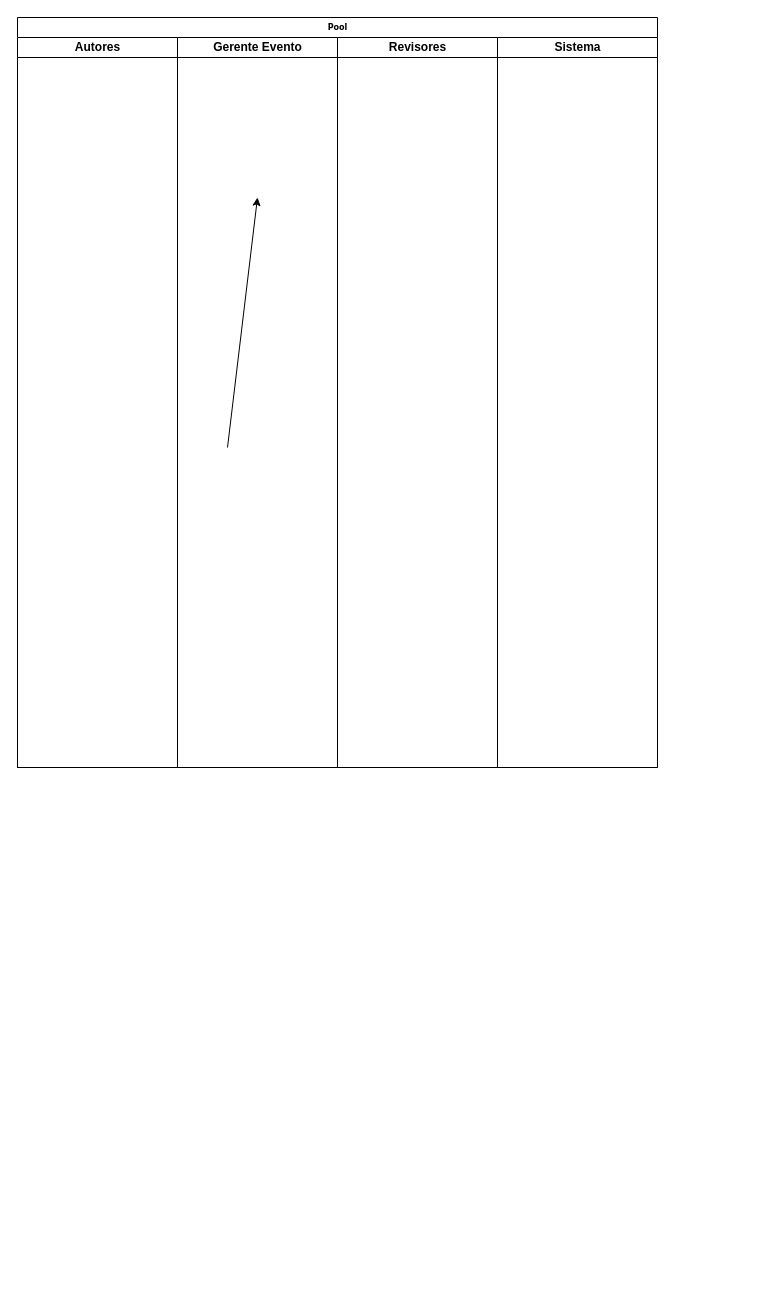
Earlier version of the draw.io diagram Diagrama sem nome.drawio (Cadu-Dias/DrawIo). Source tidied: cells renumbered, new cells numbered last; positions are measured from the earlier drawing's top-left corner, leaving out a move shared by most shapes. Both pictures are drawn from the tidied source at 100%, with x=0, y=0 at pixel (17, 17).
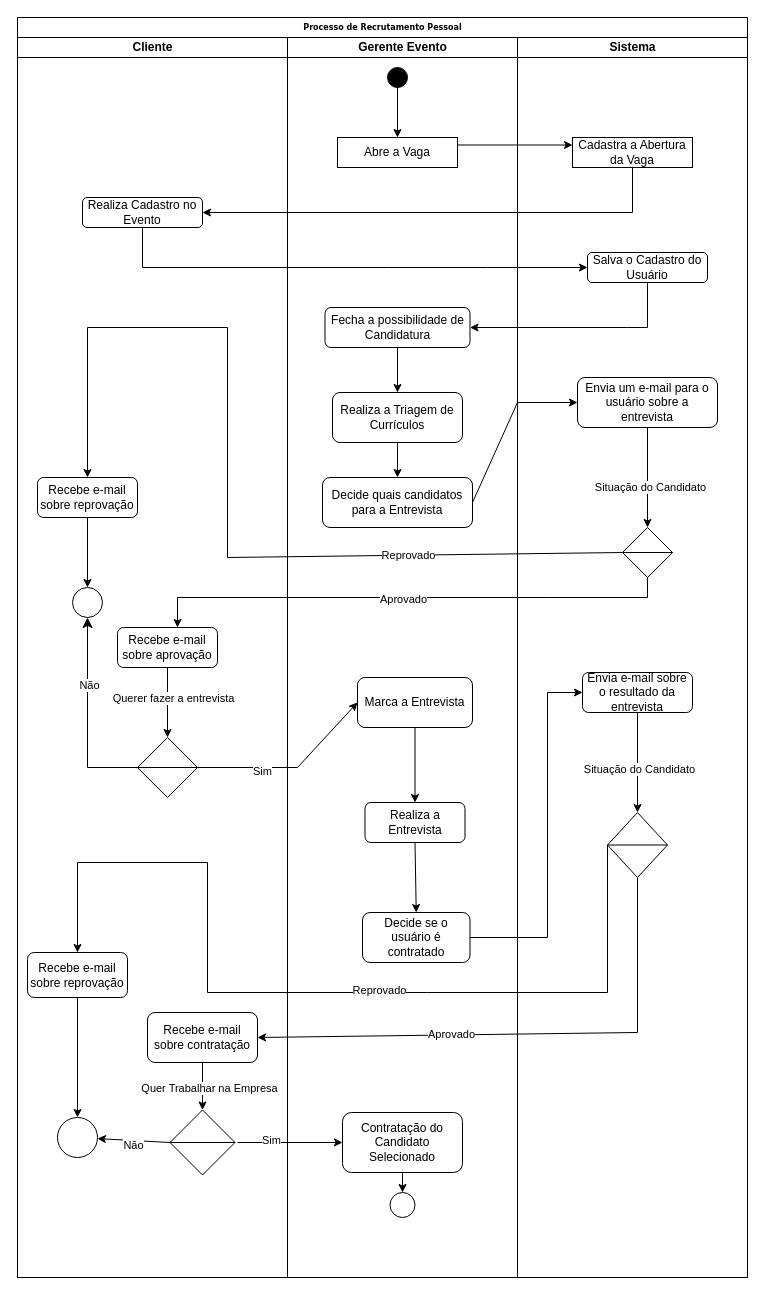
The same diagram, later.

Change to the diagram source:
```diff
@@
-    <mxCell id="2" value="Pool" style="swimlane;html=1;startSize=20;rounded=0;shadow=0;labelBackgroundColor=none;strokeWidth=1;fontFamily=Verdana;fontSize=8;align=center;" parent="1" vertex="1">
-      <mxGeometry width="640" height="750" as="geometry" />
+    <mxCell id="2" value="Processo de Recrutamento Pessoal" style="swimlane;html=1;startSize=20;rounded=0;shadow=0;labelBackgroundColor=none;strokeWidth=1;fontFamily=Verdana;fontSize=8;align=center;" parent="1" vertex="1">
+      <mxGeometry width="730" height="1260" as="geometry" />
     </mxCell>
-    <mxCell id="3" value="Autores" style="swimlane;html=1;startSize=20;" parent="2" vertex="1">
-      <mxGeometry y="20" width="160" height="730" as="geometry" />
+    <mxCell id="3" value="Cliente" style="swimlane;html=1;startSize=20;" parent="2" vertex="1">
+      <mxGeometry y="20" width="270" height="1240" as="geometry" />
     </mxCell>
+    <mxCell id="8" value="Realiza Cadastro no Evento" style="rounded=1;whiteSpace=wrap;html=1;" parent="3" vertex="1">
+      <mxGeometry x="65" y="160" width="120" height="30" as="geometry" />
+    </mxCell>
+    <mxCell id="9" value="Recebe e-mail sobre reprovação" style="rounded=1;whiteSpace=wrap;html=1;" parent="3" vertex="1">
+      <mxGeometry x="20" y="440" width="100" height="40" as="geometry" />
+    </mxCell>
+    <mxCell id="10" style="ellipse;whiteSpace=wrap;html=1;" parent="3" vertex="1">
+      <mxGeometry x="55" y="550" width="30" height="30" as="geometry" />
+    </mxCell>
+    <mxCell id="11" style="endArrow=classic;html=1;rounded=0;exitX=0.5;exitY=1;exitDx=0;exitDy=0;" parent="3" edge="1" source="9" target="10">
+      <mxGeometry relative="1" as="geometry" />
+    </mxCell>
+    <mxCell id="12" value="Recebe e-mail sobre aprovação" style="rounded=1;whiteSpace=wrap;html=1;" parent="3" vertex="1">
+      <mxGeometry x="100" y="590" width="100" height="40" as="geometry" />
+    </mxCell>
+    <mxCell id="13" value="Recebe e-mail sobre reprovação" style="rounded=1;whiteSpace=wrap;html=1;" parent="3" vertex="1">
+      <mxGeometry x="10" y="915" width="100" height="45" as="geometry" />
+    </mxCell>
+    <mxCell id="14" style="edgeStyle=orthogonalEdgeStyle;rounded=0;jettySize=auto;html=1;" parent="3" edge="1" source="16" target="24">
+      <mxGeometry relative="1" as="geometry" />
+    </mxCell>
+    <mxCell id="15" value="&lt;div&gt;Quer Trabalhar na Empresa&lt;/div&gt;" style="edgeLabel;html=1;align=center;verticalAlign=middle;" parent="14" vertex="1">
+      <mxGeometry x="0.05" y="6" relative="1" as="geometry" />
+    </mxCell>
+    <mxCell id="16" value="Recebe e-mail sobre contratação" style="rounded=1;whiteSpace=wrap;html=1;" parent="3" vertex="1">
+      <mxGeometry x="130" y="975" width="110" height="50" as="geometry" />
+    </mxCell>
+    <mxCell id="17" style="ellipse;whiteSpace=wrap;html=1;" parent="3" vertex="1">
+      <mxGeometry x="40" y="1080" width="40" height="40" as="geometry" />
+    </mxCell>
+    <mxCell id="18" style="endArrow=classic;html=1;rounded=0;exitX=0.5;exitY=1;exitDx=0;exitDy=0;" parent="3" edge="1" source="13" target="17">
+      <mxGeometry relative="1" as="geometry" />
+    </mxCell>
+    <mxCell id="19" style="shape=sortShape;perimeter=rhombusPerimeter;whiteSpace=wrap;html=1;" parent="3" vertex="1">
+      <mxGeometry x="120" y="700" width="60" height="60" as="geometry" />
+    </mxCell>
+    <mxCell id="20" style="edgeStyle=elbowEdgeStyle;elbow=vertical;endArrow=classic;html=1;curved=0;rounded=0;endSize=8;startSize=8;exitX=0;exitY=0.5;exitDx=0;exitDy=0;entryX=0.5;entryY=1;entryDx=0;entryDy=0;" parent="3" edge="1" source="19" target="10">
+      <mxGeometry relative="1" as="geometry">
+        <Array as="points">
+          <mxPoint x="100" y="730" />
+        </Array>
+      </mxGeometry>
+    </mxCell>
+    <mxCell id="21" value="Não" style="edgeLabel;html=1;align=center;verticalAlign=middle;" parent="20" vertex="1">
+      <mxGeometry x="0.33" y="-1" relative="1" as="geometry" />
+    </mxCell>
+    <mxCell id="22" style="endArrow=classic;html=1;rounded=0;exitX=0.5;exitY=1;exitDx=0;exitDy=0;entryX=0.5;entryY=0;entryDx=0;entryDy=0;" parent="3" edge="1" source="12" target="19">
+      <mxGeometry relative="1" as="geometry" />
+    </mxCell>
+    <mxCell id="23" value="&lt;div&gt;Querer fazer a entrevista&lt;/div&gt;" style="edgeLabel;html=1;align=center;verticalAlign=middle;" parent="22" vertex="1">
+      <mxGeometry x="-0.14" y="5" relative="1" as="geometry" />
+    </mxCell>
+    <mxCell id="24" style="shape=sortShape;perimeter=rhombusPerimeter;whiteSpace=wrap;html=1;" parent="3" vertex="1">
+      <mxGeometry x="152.5" y="1072.5" width="65" height="65" as="geometry" />
+    </mxCell>
+    <mxCell id="25" style="endArrow=classic;html=1;rounded=0;exitX=0;exitY=0.5;exitDx=0;exitDy=0;" parent="3" edge="1" source="24" target="17">
+      <mxGeometry relative="1" as="geometry" />
+    </mxCell>
+    <mxCell id="26" value="&lt;div&gt;Não&lt;/div&gt;" style="edgeLabel;html=1;align=center;verticalAlign=middle;" parent="25" vertex="1">
+      <mxGeometry x="0.02" y="4" relative="1" as="geometry" />
+    </mxCell>
     <mxCell id="4" value="Gerente Evento" style="swimlane;html=1;startSize=20;" parent="2" vertex="1">
-      <mxGeometry x="160" y="20" width="160" height="730" as="geometry" />
+      <mxGeometry x="270" y="20" width="230" height="1240" as="geometry" />
     </mxCell>
+    <mxCell id="27" value="Abre a Vaga" style="rounded=0;whiteSpace=wrap;html=1;" parent="4" vertex="1">
+      <mxGeometry x="50" y="100" width="120" height="30" as="geometry" />
+    </mxCell>
+    <mxCell id="28" style="ellipse;whiteSpace=wrap;html=1;fillColor=#000000;" parent="4" vertex="1">
+      <mxGeometry x="100" y="30" width="20" height="20" as="geometry" />
+    </mxCell>
-    <mxCell id="5" style="endArrow=classic;html=1;rounded=0;" parent="4" edge="1">
-      <mxGeometry relative="1" as="geometry">
-        <mxPoint x="50" y="410" as="sourcePoint" />
-        <mxPoint x="80" y="160" as="targetPoint" />
-      </mxGeometry>
+    <mxCell id="5" style="endArrow=classic;html=1;rounded=0;entryX=0.5;entryY=0;entryDx=0;entryDy=0;" parent="4" edge="1" source="28" target="27">
+      <mxGeometry relative="1" as="geometry" />
     </mxCell>
-    <mxCell id="6" value="Revisores" style="swimlane;html=1;startSize=20;" parent="2" vertex="1">
-      <mxGeometry x="320" y="20" width="160" height="730" as="geometry" />
-    </mxCell>
+    <mxCell id="29" value="Fecha a possibilidade de Candidatura" style="rounded=1;whiteSpace=wrap;html=1;" parent="4" vertex="1">
+      <mxGeometry x="37.5" y="270" width="145" height="40" as="geometry" />
+    </mxCell>
+    <mxCell id="30" value="Realiza a Triagem de Currículos" style="rounded=1;whiteSpace=wrap;html=1;" parent="4" vertex="1">
+      <mxGeometry x="45" y="355" width="130" height="50" as="geometry" />
+    </mxCell>
+    <mxCell id="31" style="endArrow=classic;html=1;rounded=0;" parent="4" edge="1" source="29" target="30">
+      <mxGeometry relative="1" as="geometry" />
+    </mxCell>
+    <mxCell id="32" value="Decide quais candidatos para a Entrevista" style="rounded=1;whiteSpace=wrap;html=1;" parent="4" vertex="1">
+      <mxGeometry x="35" y="440" width="150" height="50" as="geometry" />
+    </mxCell>
+    <mxCell id="33" style="endArrow=classic;html=1;rounded=0;exitX=0.5;exitY=1;exitDx=0;exitDy=0;" parent="4" edge="1" source="30" target="32">
+      <mxGeometry relative="1" as="geometry" />
+    </mxCell>
+    <mxCell id="34" value="Marca a Entrevista" style="rounded=1;whiteSpace=wrap;html=1;" parent="4" vertex="1">
+      <mxGeometry x="70" y="640" width="115" height="50" as="geometry" />
+    </mxCell>
+    <mxCell id="35" value="Decide se o usuário é contratado" style="rounded=1;whiteSpace=wrap;html=1;" parent="4" vertex="1">
+      <mxGeometry x="75" y="875" width="107.5" height="50" as="geometry" />
+    </mxCell>
+    <mxCell id="36" value="Realiza a Entrevista" style="rounded=1;whiteSpace=wrap;html=1;" parent="4" vertex="1">
+      <mxGeometry x="77.5" y="765" width="100" height="40" as="geometry" />
+    </mxCell>
+    <mxCell id="37" style="endArrow=classic;html=1;rounded=0;exitX=0.5;exitY=1;exitDx=0;exitDy=0;" parent="4" edge="1" source="48">
+      <mxGeometry relative="1" as="geometry">
+        <mxPoint x="-110" y="590" as="targetPoint" />
+        <Array as="points">
+          <mxPoint x="360" y="560" />
+          <mxPoint x="260" y="560" />
+          <mxPoint x="130" y="560" />
+          <mxPoint x="-110" y="560" />
+        </Array>
+      </mxGeometry>
+    </mxCell>
+    <mxCell id="38" value="Aprovado" style="edgeLabel;html=1;align=center;verticalAlign=middle;" parent="37" vertex="1">
+      <mxGeometry x="0.02" y="1" relative="1" as="geometry" />
+    </mxCell>
+    <mxCell id="39" style="endArrow=classic;html=1;rounded=0;exitX=0.5;exitY=1;exitDx=0;exitDy=0;entryX=0.5;entryY=0;entryDx=0;entryDy=0;" parent="4" edge="1" source="36" target="35">
+      <mxGeometry relative="1" as="geometry" />
+    </mxCell>
+    <mxCell id="40" style="endArrow=classic;html=1;rounded=0;exitX=0.5;exitY=1;exitDx=0;exitDy=0;" parent="4" edge="1" source="34" target="36">
+      <mxGeometry relative="1" as="geometry" />
+    </mxCell>
+    <mxCell id="41" value="Contratação do Candidato Selecionado" style="rounded=1;whiteSpace=wrap;html=1;" parent="4" vertex="1">
+      <mxGeometry x="55" y="1075" width="120" height="60" as="geometry" />
+    </mxCell>
+    <mxCell id="42" style="ellipse;whiteSpace=wrap;html=1;" parent="4" vertex="1">
+      <mxGeometry x="102.5" y="1155" width="25" height="25" as="geometry" />
+    </mxCell>
+    <mxCell id="43" style="endArrow=classic;html=1;rounded=0;exitX=0.5;exitY=1;exitDx=0;exitDy=0;entryX=0.5;entryY=0;entryDx=0;entryDy=0;" parent="4" edge="1" source="41" target="42">
+      <mxGeometry relative="1" as="geometry" />
+    </mxCell>
     <mxCell id="7" value="Sistema" style="swimlane;html=1;startSize=20;" parent="2" vertex="1">
-      <mxGeometry x="480" y="20" width="160" height="730" as="geometry" />
+      <mxGeometry x="500" y="20" width="230" height="1240" as="geometry" />
     </mxCell>
+    <mxCell id="44" value="Cadastra a Abertura da Vaga" style="rounded=0;whiteSpace=wrap;html=1;" parent="7" vertex="1">
+      <mxGeometry x="55" y="100" width="120" height="30" as="geometry" />
+    </mxCell>
+    <mxCell id="45" value="Salva o Cadastro do Usuário" style="rounded=1;whiteSpace=wrap;html=1;" parent="7" vertex="1">
+      <mxGeometry x="70" y="215" width="120" height="30" as="geometry" />
+    </mxCell>
+    <mxCell id="46" value="Envia um e-mail para o usuário sobre a entrevista" style="rounded=1;whiteSpace=wrap;html=1;" parent="7" vertex="1">
+      <mxGeometry x="60" y="340" width="140" height="50" as="geometry" />
+    </mxCell>
+    <mxCell id="47" value="Envia e-mail sobre o resultado da entrevista" style="rounded=1;whiteSpace=wrap;html=1;" parent="7" vertex="1">
+      <mxGeometry x="65" y="635" width="110" height="40" as="geometry" />
+    </mxCell>
+    <mxCell id="48" style="shape=sortShape;perimeter=rhombusPerimeter;whiteSpace=wrap;html=1;" parent="7" vertex="1">
+      <mxGeometry x="105" y="490" width="50" height="50" as="geometry" />
+    </mxCell>
+    <mxCell id="49" style="endArrow=classic;html=1;rounded=0;entryX=0.5;entryY=0;entryDx=0;entryDy=0;exitX=0.5;exitY=1;exitDx=0;exitDy=0;" parent="7" edge="1" source="46" target="48">
+      <mxGeometry relative="1" as="geometry" />
+    </mxCell>
+    <mxCell id="50" value="Situação do Candidato" style="edgeLabel;html=1;align=center;verticalAlign=middle;" parent="49" vertex="1">
+      <mxGeometry x="0.18" y="2" relative="1" as="geometry" />
+    </mxCell>
+    <mxCell id="51" style="shape=sortShape;perimeter=rhombusPerimeter;whiteSpace=wrap;html=1;" parent="7" vertex="1">
+      <mxGeometry x="90" y="775" width="60" height="65" as="geometry" />
+    </mxCell>
+    <mxCell id="52" style="endArrow=classic;html=1;rounded=0;entryX=0.5;entryY=0;entryDx=0;entryDy=0;" parent="7" edge="1" source="47" target="51">
+      <mxGeometry relative="1" as="geometry" />
+    </mxCell>
+    <mxCell id="53" value="&lt;div&gt;Situação do Candidato&lt;/div&gt;" style="edgeLabel;html=1;align=center;verticalAlign=middle;" parent="52" vertex="1">
+      <mxGeometry x="0.12" y="1" relative="1" as="geometry" />
+    </mxCell>
+    <mxCell id="54" style="endArrow=classic;html=1;rounded=0;entryX=0;entryY=0.25;entryDx=0;entryDy=0;exitX=1;exitY=0.25;exitDx=0;exitDy=0;" parent="2" edge="1" source="27" target="44">
+      <mxGeometry relative="1" as="geometry" />
+    </mxCell>
+    <mxCell id="55" style="endArrow=classic;html=1;rounded=0;" parent="2" edge="1" source="44" target="8">
+      <mxGeometry relative="1" as="geometry">
+        <Array as="points">
+          <mxPoint x="615" y="195" />
+        </Array>
+      </mxGeometry>
+    </mxCell>
+    <mxCell id="56" style="endArrow=classic;html=1;rounded=0;exitX=0.5;exitY=1;exitDx=0;exitDy=0;" parent="2" edge="1" source="8" target="45">
+      <mxGeometry relative="1" as="geometry">
+        <Array as="points">
+          <mxPoint x="125" y="250" />
+          <mxPoint x="370" y="250" />
+          <mxPoint x="470" y="250" />
+        </Array>
+      </mxGeometry>
+    </mxCell>
+    <mxCell id="57" style="endArrow=classic;html=1;rounded=0;exitX=1;exitY=0.5;exitDx=0;exitDy=0;" parent="2" edge="1" source="32" target="46">
+      <mxGeometry relative="1" as="geometry">
+        <Array as="points">
+          <mxPoint x="500" y="385" />
+        </Array>
+      </mxGeometry>
+    </mxCell>
+    <mxCell id="58" style="endArrow=classic;html=1;rounded=0;entryX=0;entryY=0.5;entryDx=0;entryDy=0;" parent="2" edge="1" source="35" target="47">
+      <mxGeometry relative="1" as="geometry">
+        <Array as="points">
+          <mxPoint x="530" y="920" />
+          <mxPoint x="530" y="675" />
+        </Array>
+      </mxGeometry>
+    </mxCell>
+    <mxCell id="59" style="endArrow=classic;html=1;rounded=0;entryX=0.5;entryY=0;entryDx=0;entryDy=0;exitX=0;exitY=0.5;exitDx=0;exitDy=0;" parent="2" edge="1" source="48" target="9">
+      <mxGeometry relative="1" as="geometry">
+        <Array as="points">
+          <mxPoint x="210" y="540" />
+          <mxPoint x="210" y="310" />
+          <mxPoint x="70" y="310" />
+        </Array>
+      </mxGeometry>
+    </mxCell>
+    <mxCell id="60" value="Reprovado" style="edgeLabel;html=1;align=center;verticalAlign=middle;" parent="59" vertex="1">
+      <mxGeometry x="-0.53" relative="1" as="geometry" />
+    </mxCell>
+    <mxCell id="61" style="endArrow=classic;html=1;rounded=0;exitX=1;exitY=0.5;exitDx=0;exitDy=0;entryX=0;entryY=0.5;entryDx=0;entryDy=0;" parent="2" edge="1" source="19" target="34">
+      <mxGeometry relative="1" as="geometry">
+        <Array as="points">
+          <mxPoint x="280" y="750" />
+        </Array>
+      </mxGeometry>
+    </mxCell>
+    <mxCell id="62" value="Sim" style="edgeLabel;html=1;align=center;verticalAlign=middle;" parent="61" vertex="1">
+      <mxGeometry x="-0.32" y="-3" relative="1" as="geometry" />
+    </mxCell>
+    <mxCell id="63" style="endArrow=classic;html=1;rounded=0;entryX=1;entryY=0.5;entryDx=0;entryDy=0;exitX=0.5;exitY=1;exitDx=0;exitDy=0;" parent="2" edge="1" source="45" target="29">
+      <mxGeometry relative="1" as="geometry">
+        <Array as="points">
+          <mxPoint x="630" y="310" />
+          <mxPoint x="610" y="310" />
+        </Array>
+      </mxGeometry>
+    </mxCell>
+    <mxCell id="64" style="endArrow=classic;html=1;rounded=0;exitX=0.5;exitY=1;exitDx=0;exitDy=0;entryX=1;entryY=0.5;entryDx=0;entryDy=0;" parent="2" edge="1" source="51" target="16">
+      <mxGeometry relative="1" as="geometry">
+        <Array as="points">
+          <mxPoint x="620" y="1015" />
+        </Array>
+      </mxGeometry>
+    </mxCell>
+    <mxCell id="65" value="&lt;div&gt;Aprovado&lt;/div&gt;" style="edgeLabel;html=1;align=center;verticalAlign=middle;" parent="64" vertex="1">
+      <mxGeometry x="0.28" y="-1" relative="1" as="geometry" />
+    </mxCell>
+    <mxCell id="66" style="endArrow=classic;html=1;rounded=0;exitX=0;exitY=0.5;exitDx=0;exitDy=0;entryX=0.5;entryY=0;entryDx=0;entryDy=0;" parent="2" edge="1" source="51" target="13">
+      <mxGeometry relative="1" as="geometry">
+        <Array as="points">
+          <mxPoint x="590" y="975" />
+          <mxPoint x="410" y="975" />
+          <mxPoint x="190" y="975" />
+          <mxPoint x="190" y="845" />
+          <mxPoint x="60" y="845" />
+        </Array>
+      </mxGeometry>
+    </mxCell>
+    <mxCell id="67" value="&lt;div&gt;Reprovado&lt;/div&gt;" style="edgeLabel;html=1;align=center;verticalAlign=middle;" parent="66" vertex="1">
+      <mxGeometry x="-0.16" y="-3" relative="1" as="geometry">
+        <mxPoint x="1" as="offset" />
+      </mxGeometry>
+    </mxCell>
+    <mxCell id="68" style="endArrow=classic;html=1;rounded=0;entryX=0;entryY=0.5;entryDx=0;entryDy=0;" parent="2" edge="1" target="41">
+      <mxGeometry relative="1" as="geometry">
+        <mxPoint x="220" y="1125" as="sourcePoint" />
+      </mxGeometry>
+    </mxCell>
+    <mxCell id="69" value="Sim" style="edgeLabel;html=1;align=center;verticalAlign=middle;" parent="68" vertex="1">
+      <mxGeometry x="-0.38" y="3" relative="1" as="geometry" />
+    </mxCell>
```
